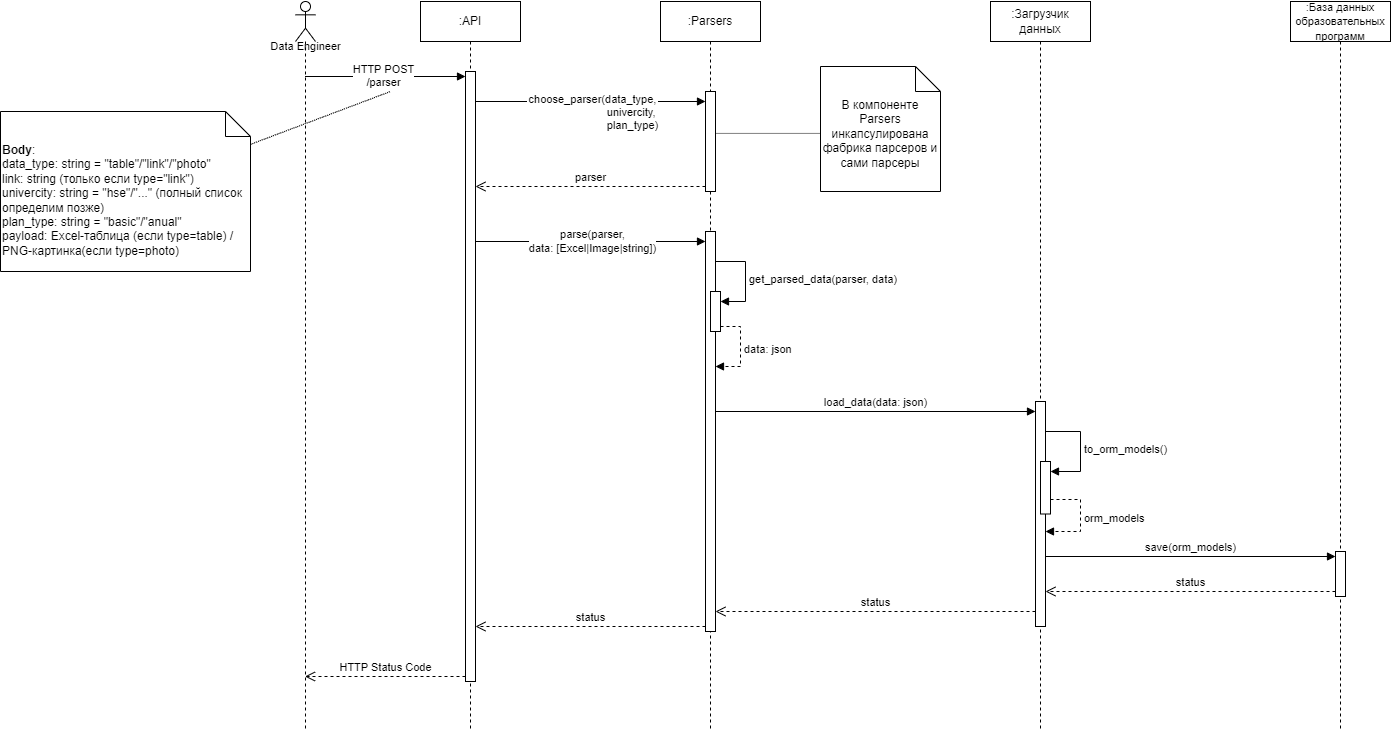
Before: Lab Work №3/docs/SSAD 3-2.png, a diagram exported from draw.io (yunas-x/Diploma). Source tidied: cells renumbered, new cells last; positions are measured from the earlier drawing's top-left corner, leaving out a move shared by most shapes.
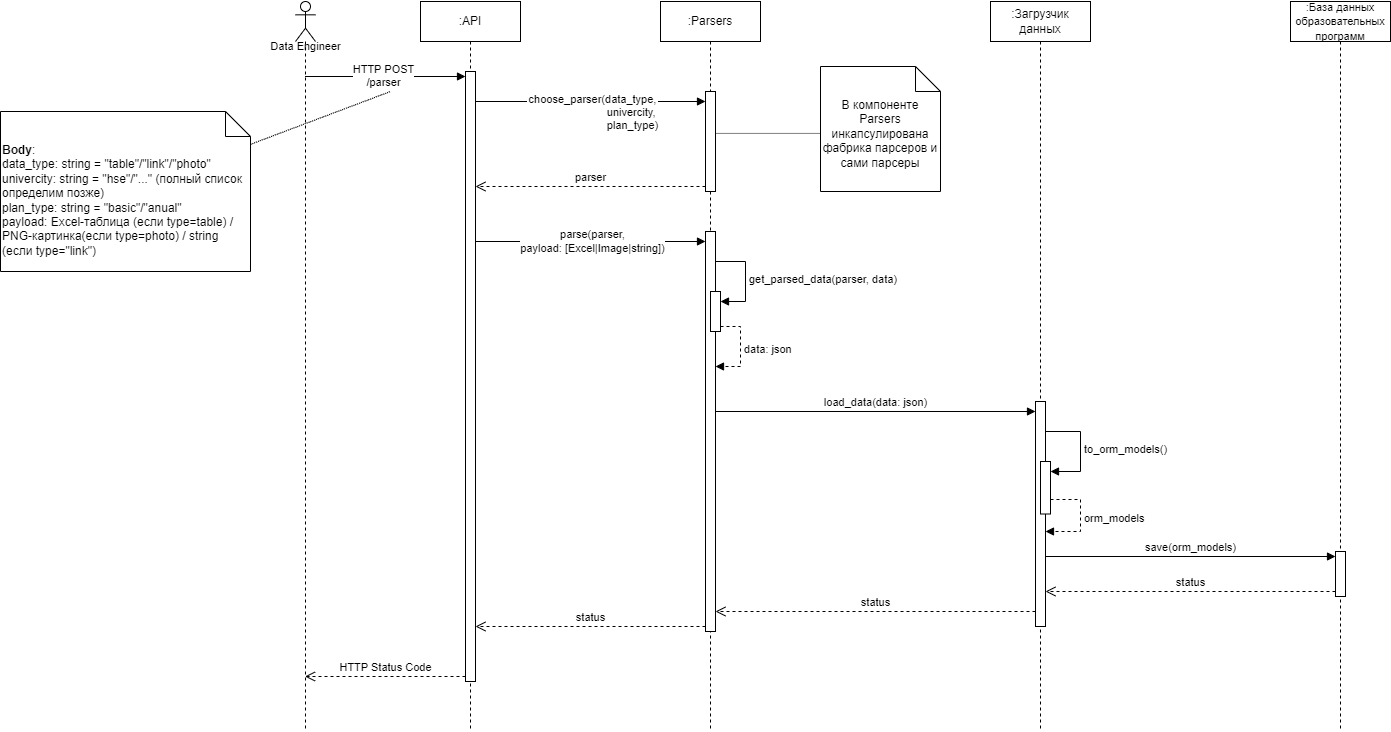
The same diagram one commit later.

Diff of the diagram source:
```diff
@@ -86,7 +86,7 @@
         <mxPoint x="390" y="90" as="targetPoint" />
       </mxGeometry>
     </mxCell>
-    <mxCell id="22" value="&lt;b&gt;Body&lt;/b&gt;:&lt;br&gt;data_type: string = &quot;table&quot;/&quot;link&quot;/&quot;photo&quot;&lt;br&gt;link: string (только если type=&quot;link&quot;)&lt;br&gt;univercity: string = &quot;hse&quot;/&quot;...&quot; (полный список определим позже)&lt;br&gt;plan_type: string = &quot;basic&quot;/&quot;anual&quot;&lt;br&gt;payload: Excel-таблица (если type=table) / PNG-картинка(если type=photo)" style="shape=note2;boundedLbl=1;whiteSpace=wrap;html=1;size=25;verticalAlign=top;align=left;" parent="1" vertex="1">
+    <mxCell id="22" value="&lt;b&gt;Body&lt;/b&gt;:&lt;br&gt;data_type: string = &quot;table&quot;/&quot;link&quot;/&quot;photo&quot;&lt;br&gt;univercity: string = &quot;hse&quot;/&quot;...&quot; (полный список определим позже)&lt;br&gt;plan_type: string = &quot;basic&quot;/&quot;anual&quot;&lt;br&gt;payload: Excel-таблица (если type=table) / PNG-картинка(если type=photo) / string (если type=&quot;link&quot;)" style="shape=note2;boundedLbl=1;whiteSpace=wrap;html=1;size=25;verticalAlign=top;align=left;" parent="1" vertex="1">
       <mxGeometry y="110" width="250" height="160" as="geometry" />
     </mxCell>
     <mxCell id="23" style="html=1;verticalAlign=bottom;endArrow=block;curved=0;rounded=0;" parent="1" edge="1">
@@ -95,7 +95,7 @@
         <mxPoint x="705" y="240" as="targetPoint" />
       </mxGeometry>
     </mxCell>
-    <mxCell id="24" value="parse(parser,&lt;br&gt;data: [Excel|Image|string])" style="edgeLabel;html=1;align=center;verticalAlign=middle;" parent="23" vertex="1">
+    <mxCell id="24" value="parse(parser,&lt;br&gt;payload: [Excel|Image|string])" style="edgeLabel;html=1;align=center;verticalAlign=middle;" parent="23" vertex="1">
       <mxGeometry relative="1" as="geometry" />
     </mxCell>
     <mxCell id="25" value="status" style="html=1;verticalAlign=bottom;endArrow=open;dashed=1;endSize=8;curved=0;rounded=0;exitX=0;exitY=1;exitDx=0;exitDy=-5;" parent="1" edge="1" source="6" target="4">
```
